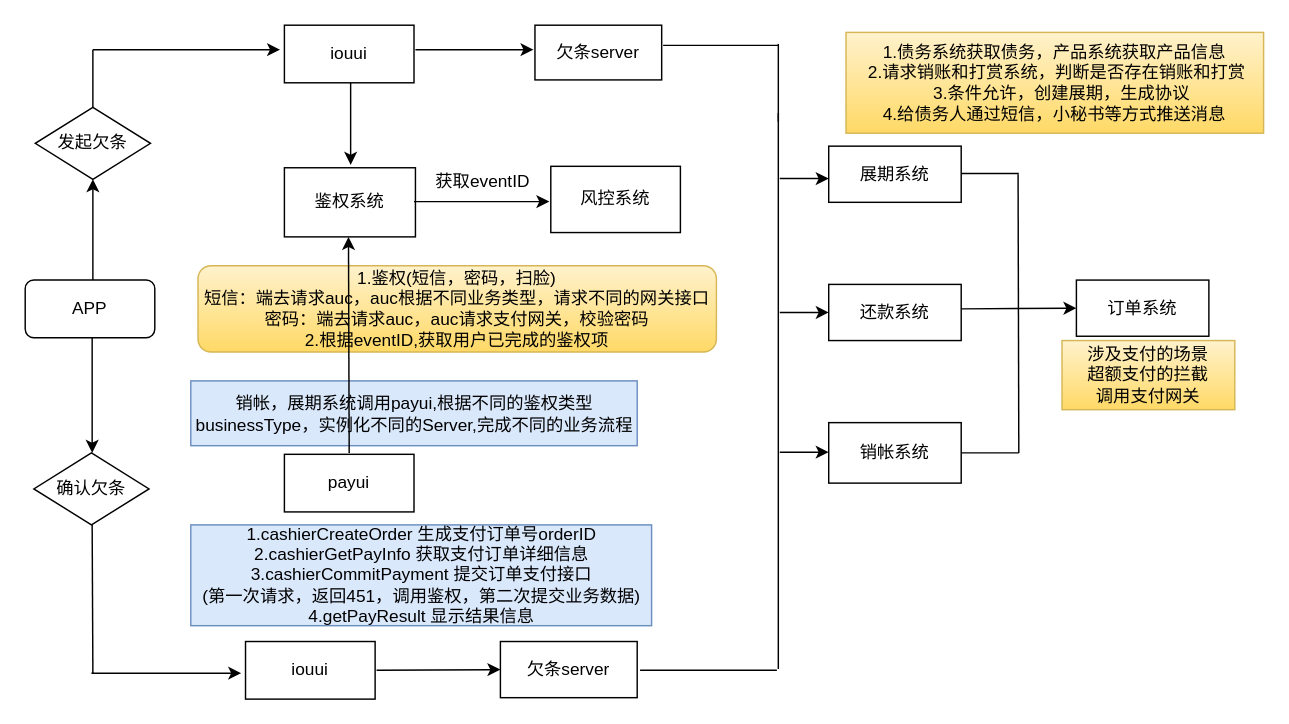
Racheil/Http keeps this draw.io diagram as 未命名表单.drawio. Above is the earlier version. Source tidied: cells renumbered, new cells numbered last; positions are measured from the earlier drawing's top-left corner, leaving out a move shared by most shapes. Both pictures are drawn from the tidied source at 144%, with x=0, y=0 at pixel (24, 24).
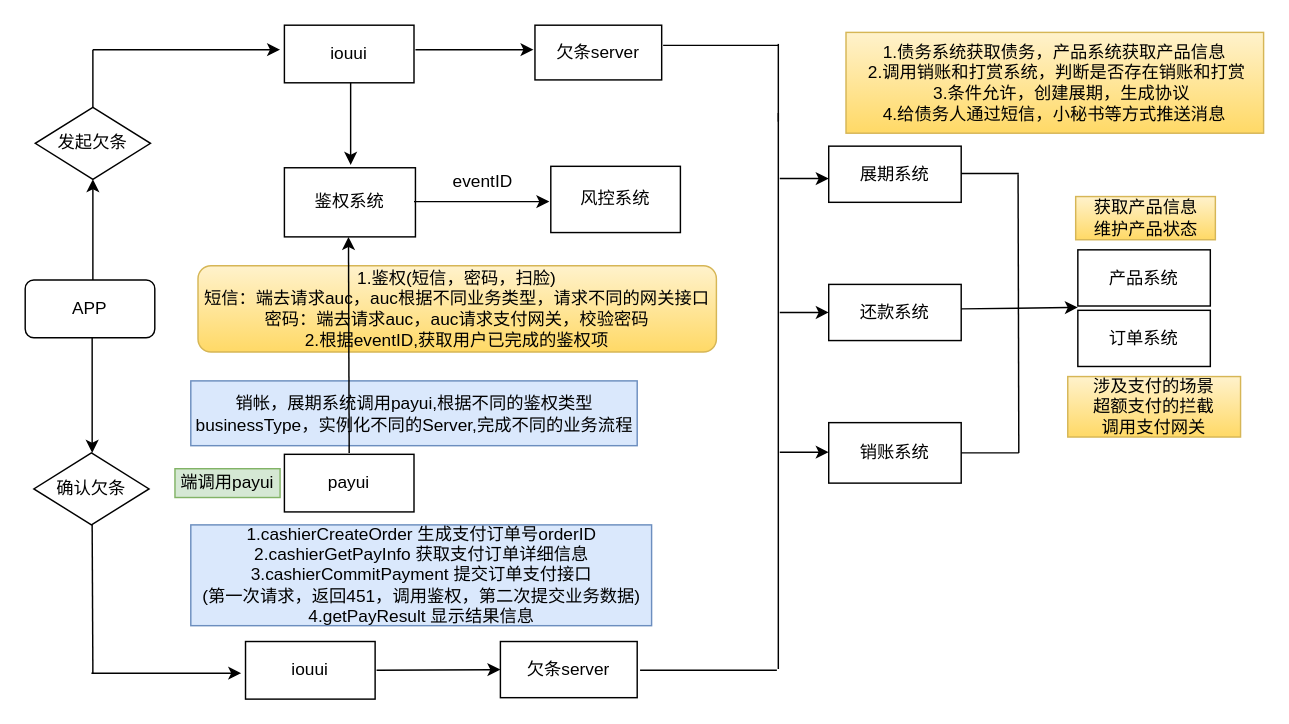
Above is the later version.

Commit message:
更新未命名表单.drawio

What changed in the source:
```diff
@@
-    <mxCell id="14" value="获取eventID" style="text;html=1;strokeColor=none;fillColor=none;align=center;verticalAlign=middle;whiteSpace=wrap;rounded=0;" parent="1" vertex="1">
+    <mxCell id="14" value="eventID" style="text;html=1;strokeColor=none;fillColor=none;align=center;verticalAlign=middle;whiteSpace=wrap;rounded=0;" parent="1" vertex="1">
       <mxGeometry x="283" y="99" width="70" height="20" as="geometry" />
     </mxCell>
@@
-    <mxCell id="18" value="销帐系统" style="rounded=0;whiteSpace=wrap;html=1;" parent="1" vertex="1">
+    <mxCell id="18" value="销账系统" style="rounded=0;whiteSpace=wrap;html=1;" parent="1" vertex="1">
       <mxGeometry x="558" y="276" width="92" height="42" as="geometry" />
     </mxCell>
@@
-    <mxCell id="20" value="1.债务系统获取债务，产品系统获取产品信息&lt;br&gt;&amp;nbsp;2.请求销账和打赏系统，判断是否存在销账和打赏&lt;br&gt;&amp;nbsp; &amp;nbsp;3.条件允许，创建展期，生成协议&lt;br&gt;4.给债务人通过短信，小秘书等方式推送消息" style="rounded=0;whiteSpace=wrap;html=1;gradientColor=#ffd966;fillColor=#fff2cc;strokeColor=#d6b656;" parent="1" vertex="1">
+    <mxCell id="20" value="1.债务系统获取债务，产品系统获取产品信息&lt;br&gt;&amp;nbsp;2.调用销账和打赏系统，判断是否存在销账和打赏&lt;br&gt;&amp;nbsp; &amp;nbsp;3.条件允许，创建展期，生成协议&lt;br&gt;4.给债务人通过短信，小秘书等方式推送消息" style="rounded=0;whiteSpace=wrap;html=1;gradientColor=#ffd966;fillColor=#fff2cc;strokeColor=#d6b656;" parent="1" vertex="1">
       <mxGeometry x="570" y="5" width="290" height="70" as="geometry" />
     </mxCell>
@@
     <mxCell id="38" value="订单系统" style="rounded=0;whiteSpace=wrap;html=1;" parent="1" vertex="1">
-      <mxGeometry x="730" y="177" width="92" height="39" as="geometry" />
+      <mxGeometry x="731" y="198" width="92" height="39" as="geometry" />
     </mxCell>
-    <mxCell id="39" style="endArrow=classic;html=1;entryX=0;entryY=0.5;entryDx=0;entryDy=0;" parent="1" edge="1" target="38">
+    <mxCell id="39" style="endArrow=classic;html=1;entryX=0;entryY=1.026;entryDx=0;entryDy=0;entryPerimeter=0;" parent="1" edge="1" target="44">
       <mxGeometry relative="1" as="geometry">
         <mxPoint x="650" y="197" as="sourcePoint" />
       </mxGeometry>
     </mxCell>
@@
     <mxCell id="43" value="涉及支付的场景&lt;br&gt;超额支付的拦截&lt;br&gt;调用支付网关" style="rounded=0;whiteSpace=wrap;html=1;fillColor=#fff2cc;strokeColor=#d6b656;gradientColor=#ffd966;" parent="1" vertex="1">
-      <mxGeometry x="720" y="219" width="120" height="48" as="geometry" />
+      <mxGeometry x="724" y="244" width="120" height="42" as="geometry" />
     </mxCell>
+    <mxCell id="44" value="产品系统" style="rounded=0;whiteSpace=wrap;html=1;" parent="1" vertex="1">
+      <mxGeometry x="731" y="156" width="92" height="39" as="geometry" />
+    </mxCell>
+    <mxCell id="45" value="获取产品信息&lt;br&gt;维护产品状态" style="rounded=0;whiteSpace=wrap;html=1;fillColor=#fff2cc;strokeColor=#d6b656;gradientColor=#ffd966;" parent="1" vertex="1">
+      <mxGeometry x="729.5" y="119" width="97" height="30" as="geometry" />
+    </mxCell>
+    <mxCell id="46" value="端调用payui" style="rounded=0;whiteSpace=wrap;html=1;fillColor=#d5e8d4;strokeColor=#82b366;" parent="1" vertex="1">
+      <mxGeometry x="104" y="308" width="73" height="20" as="geometry" />
+    </mxCell>
```
